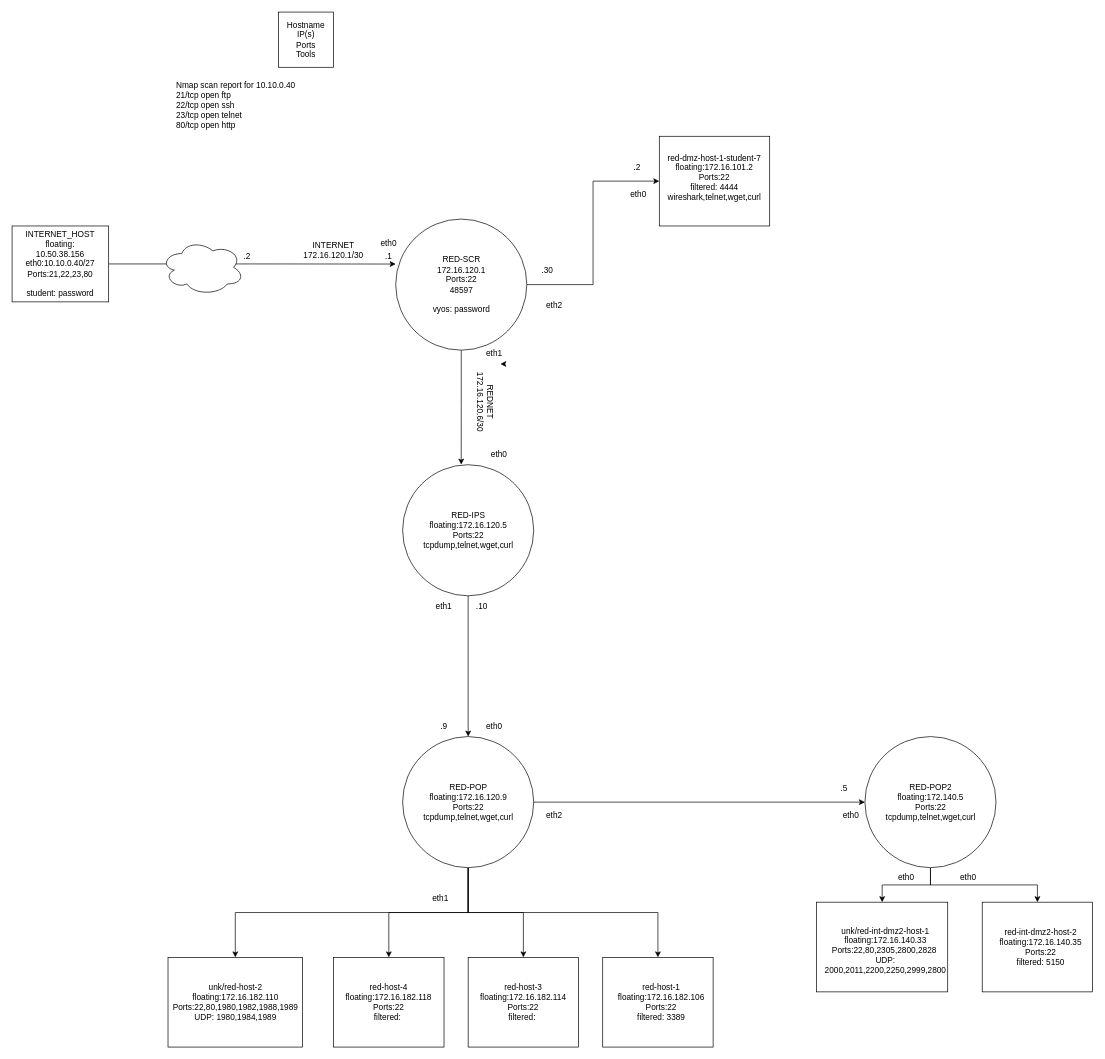
This is page "Page-1" (1 of 2) of Networking/Jackman/Untitled Diagram.drawio from TheWaltuh/COSC-Notes, a draw.io file, before an edit. Source tidied: cells renumbered, new cells numbered last; positions are measured from the earlier drawing's top-left corner, leaving out a move shared by most shapes. Both pictures are drawn from the tidied source at 69%, with x=0, y=0 at pixel (12, 12).
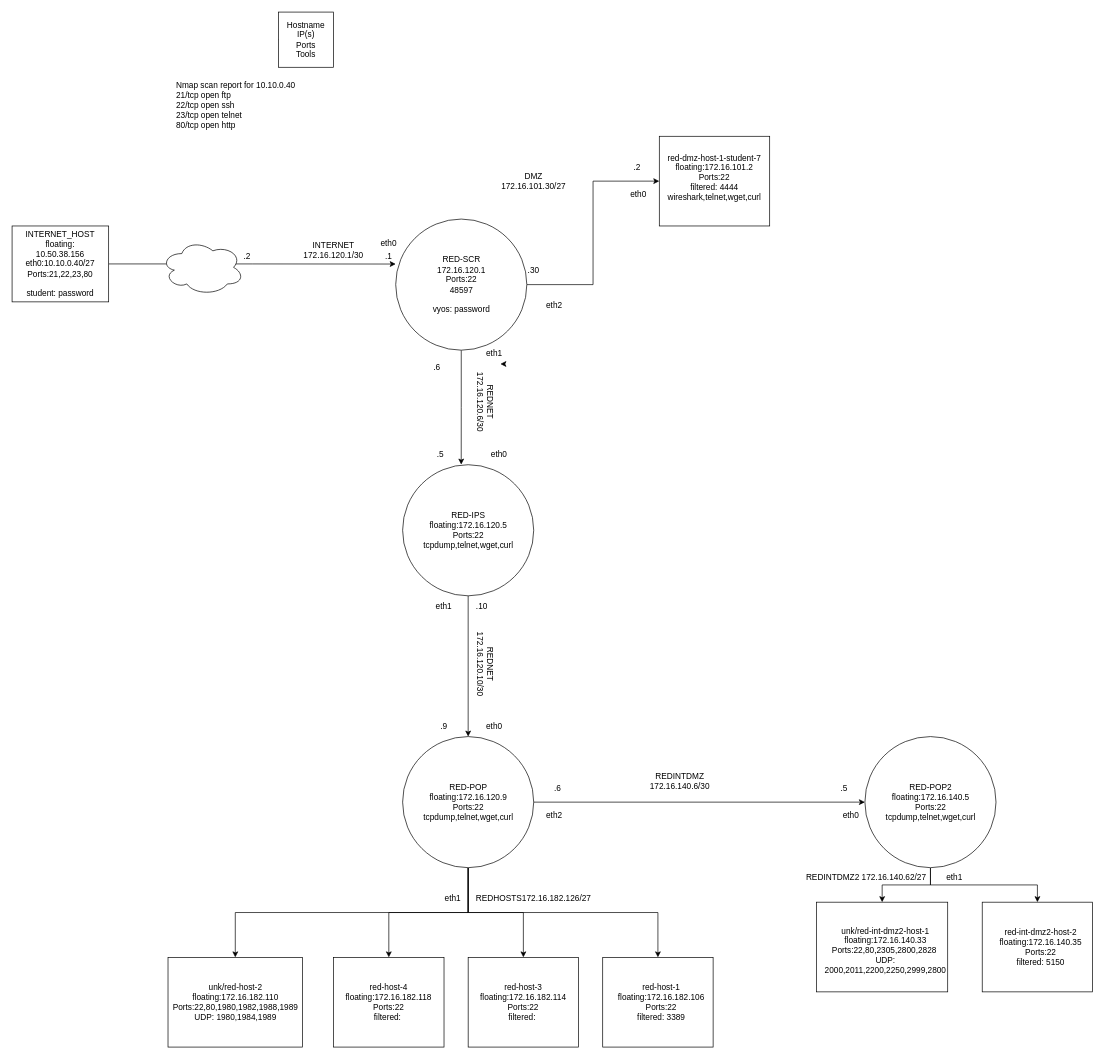
The same page after the edit.

Commit message:
network map

What changed in the source:
```diff
@@
-    <mxCell id="36" value="RED-POP2&lt;br&gt;floating:172.140.5&lt;br&gt;Ports:22&lt;br&gt;tcpdump,telnet,wget,curl" style="text;html=1;strokeColor=none;fillColor=none;align=center;verticalAlign=middle;whiteSpace=wrap;rounded=0;" parent="1" vertex="1">
+    <mxCell id="36" value="RED-POP2&lt;br&gt;floating:172.16.140.5&lt;br&gt;Ports:22&lt;br&gt;tcpdump,telnet,wget,curl" style="text;html=1;strokeColor=none;fillColor=none;align=center;verticalAlign=middle;whiteSpace=wrap;rounded=0;" parent="1" vertex="1">
       <mxGeometry x="1288.5" y="1095" width="85" height="100" as="geometry" />
     </mxCell>
@@
     <mxCell id="51" value="eth1" style="text;html=1;strokeColor=none;fillColor=none;align=center;verticalAlign=middle;whiteSpace=wrap;rounded=0;rotation=0;" parent="1" vertex="1">
-      <mxGeometry x="591" y="1270" width="60" height="30" as="geometry" />
+      <mxGeometry x="608.5" y="1270" width="60" height="30" as="geometry" />
     </mxCell>
@@
-    <mxCell id="54" value="eth0" style="text;html=1;strokeColor=none;fillColor=none;align=center;verticalAlign=middle;whiteSpace=wrap;rounded=0;rotation=0;" parent="1" vertex="1">
-      <mxGeometry x="1266" y="1240" width="60" height="30" as="geometry" />
-    </mxCell>
-    <mxCell id="55" value="eth0" style="text;html=1;strokeColor=none;fillColor=none;align=center;verticalAlign=middle;whiteSpace=wrap;rounded=0;rotation=0;" parent="1" vertex="1">
-      <mxGeometry x="1356" y="1240" width="60" height="30" as="geometry" />
+    <mxCell id="55" value="eth1" style="text;html=1;strokeColor=none;fillColor=none;align=center;verticalAlign=middle;whiteSpace=wrap;rounded=0;rotation=0;" parent="1" vertex="1">
+      <mxGeometry x="1336" y="1240" width="60" height="30" as="geometry" />
     </mxCell>
@@
     <mxCell id="62" value=".30" style="text;html=1;strokeColor=none;fillColor=none;align=center;verticalAlign=middle;whiteSpace=wrap;rounded=0;" parent="1" vertex="1">
-      <mxGeometry x="746" y="360" width="60" height="30" as="geometry" />
+      <mxGeometry x="726" y="360" width="60" height="30" as="geometry" />
     </mxCell>
@@
+    <mxCell id="64" value="DMZ&lt;br&gt;172.16.101.30/27" style="text;html=1;strokeColor=none;fillColor=none;align=center;verticalAlign=middle;whiteSpace=wrap;rounded=0;" parent="1" vertex="1">
+      <mxGeometry x="726" y="230" width="60" height="30" as="geometry" />
+    </mxCell>
+    <mxCell id="65" value=".6" style="text;html=1;strokeColor=none;fillColor=none;align=center;verticalAlign=middle;whiteSpace=wrap;rounded=0;" parent="1" vertex="1">
+      <mxGeometry x="586" y="500" width="60" height="30" as="geometry" />
+    </mxCell>
+    <mxCell id="66" value=".5" style="text;html=1;strokeColor=none;fillColor=none;align=center;verticalAlign=middle;whiteSpace=wrap;rounded=0;" parent="1" vertex="1">
+      <mxGeometry x="591" y="626" width="60" height="30" as="geometry" />
+    </mxCell>
+    <mxCell id="67" value="REDNET&lt;br&gt;172.16.120.10/30" style="text;html=1;strokeColor=none;fillColor=none;align=center;verticalAlign=middle;whiteSpace=wrap;rounded=0;rotation=90;" parent="1" vertex="1">
+      <mxGeometry x="656" y="930" width="60" height="30" as="geometry" />
+    </mxCell>
+    <mxCell id="68" value="REDINTDMZ&lt;br&gt;172.16.140.6/30" style="text;html=1;strokeColor=none;fillColor=none;align=center;verticalAlign=middle;whiteSpace=wrap;rounded=0;rotation=0;" parent="1" vertex="1">
+      <mxGeometry x="938" y="1100" width="60" height="30" as="geometry" />
+    </mxCell>
+    <mxCell id="69" value="REDINTDMZ2 172.16.140.62/27" style="text;html=1;strokeColor=none;fillColor=none;align=center;verticalAlign=middle;whiteSpace=wrap;rounded=0;rotation=0;" parent="1" vertex="1">
+      <mxGeometry x="1098" y="1240" width="280" height="30" as="geometry" />
+    </mxCell>
+    <mxCell id="70" value=".6" style="text;html=1;strokeColor=none;fillColor=none;align=center;verticalAlign=middle;whiteSpace=wrap;rounded=0;" parent="1" vertex="1">
+      <mxGeometry x="761" y="1110" width="60" height="30" as="geometry" />
+    </mxCell>
+    <mxCell id="71" value="REDHOSTS172.16.182.126/27" style="text;html=1;strokeColor=none;fillColor=none;align=center;verticalAlign=middle;whiteSpace=wrap;rounded=0;rotation=0;" parent="1" vertex="1">
+      <mxGeometry x="726" y="1270" width="60" height="30" as="geometry" />
+    </mxCell>
```
